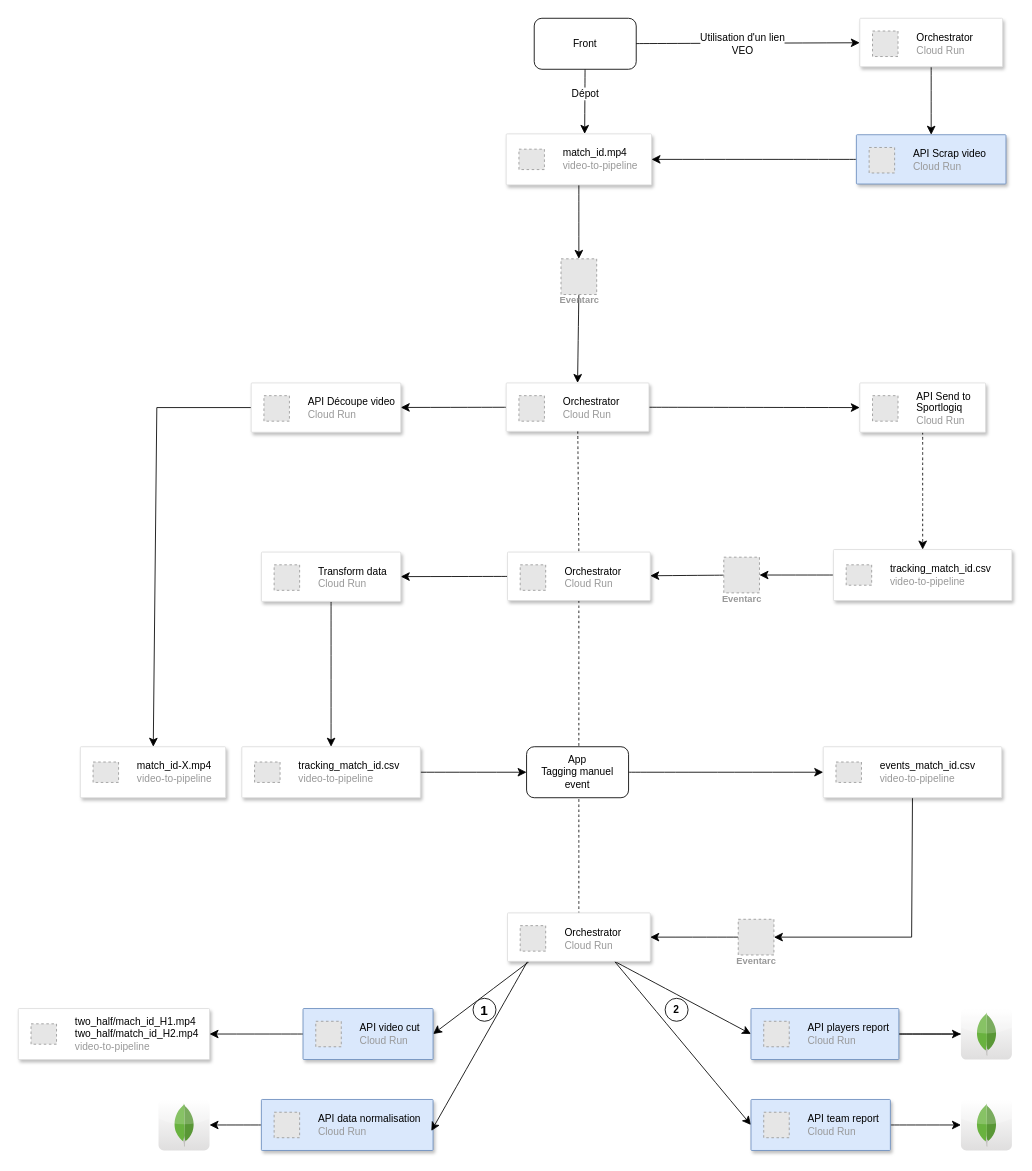
Before: page "Sportlogiq tracking" (2 of 3) of Untitled Diagram.drawio in clairesecehDS/logo, a draw.io diagram. Source tidied: cells renumbered, new cells numbered last; positions are measured from the earlier drawing's top-left corner, leaving out a move shared by most shapes. Both pictures are drawn from the tidied source at 85%, with x=0, y=0 at pixel (18, 18). Pictures stored in the file or linked from it are replaced by grey dashed boxes.
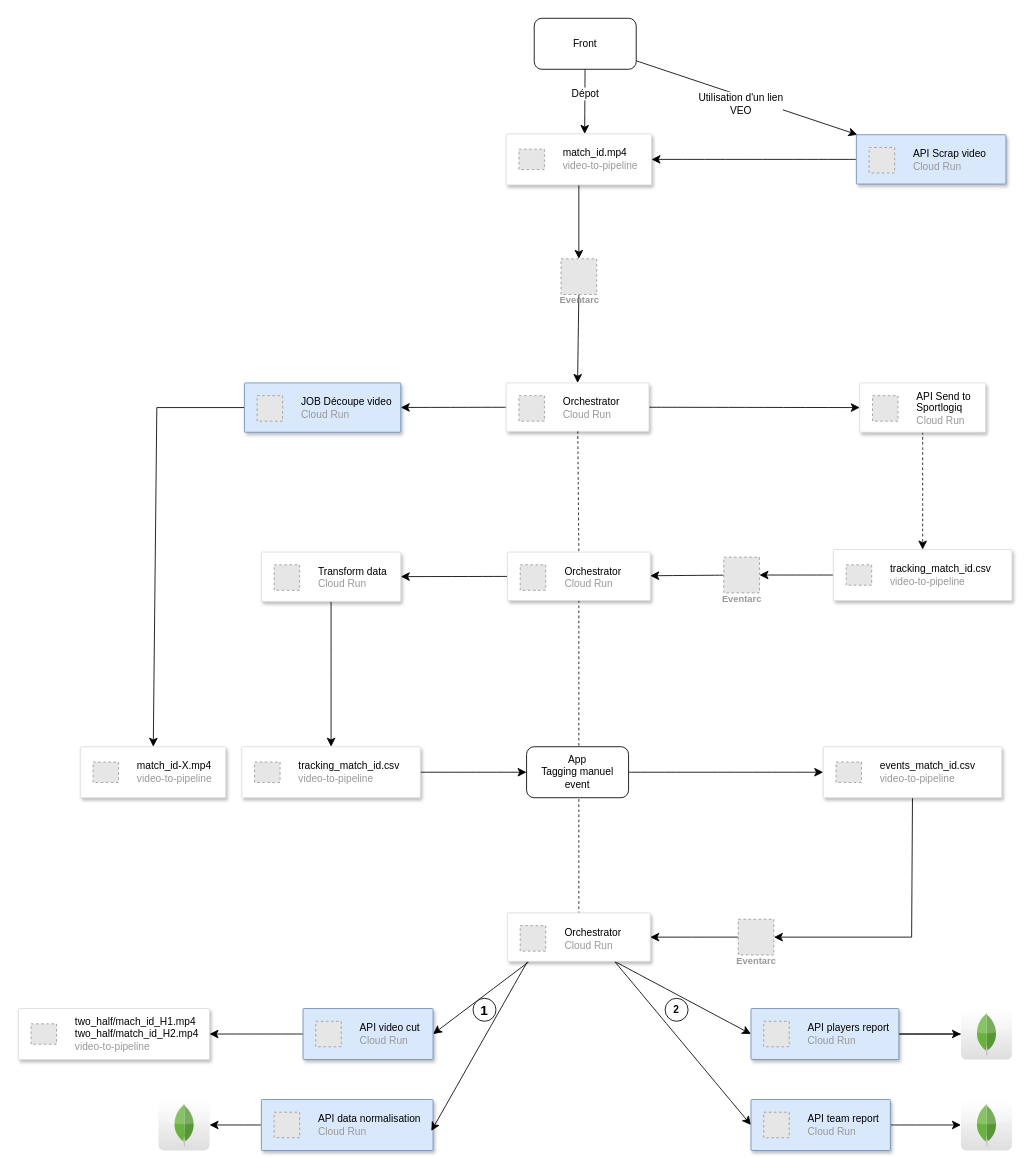
Above is the later version.

The change refers to these unchanged cells:
```xml
<mxCell id="4" value="Front" style="rounded=1;whiteSpace=wrap;html=1;" parent="1" vertex="1">
  <mxGeometry x="607" width="120" height="60" as="geometry" />
</mxCell>
<mxCell id="72" style="strokeColor=#6c8ebf;shadow=1;strokeWidth=1;rounded=1;absoluteArcSize=1;arcSize=2;fillColor=#dae8fc;" parent="1" vertex="1">
  <mxGeometry x="986" y="137" width="176" height="58" as="geometry" />
</mxCell>
```

What changed in the source:
```diff
@@
-    <mxCell id="66" style="edgeStyle=none;curved=1;rounded=0;jettySize=auto;html=1;fontSize=12;startSize=8;endSize=8;" parent="1" edge="1" source="4" target="69">
+    <mxCell id="66" style="edgeStyle=none;curved=1;rounded=0;jettySize=auto;html=1;fontSize=12;startSize=8;endSize=8;" parent="1" edge="1" source="4" target="72">
       <mxGeometry relative="1" as="geometry" />
     </mxCell>
@@
-    <mxCell id="68" style="edgeStyle=none;curved=1;rounded=0;jettySize=auto;html=1;entryX=0.5;entryY=0;entryDx=0;entryDy=0;fontSize=12;startSize=8;endSize=8;" parent="1" edge="1" source="69" target="72">
-      <mxGeometry relative="1" as="geometry" />
-    </mxCell>
-    <mxCell id="69" style="strokeColor=#dddddd;shadow=1;strokeWidth=1;rounded=1;absoluteArcSize=1;arcSize=2;" parent="1" vertex="1">
-      <mxGeometry x="990" width="168" height="57" as="geometry" />
-    </mxCell>
-    <mxCell id="70" value="&lt;font color=&quot;#000000&quot;&gt;Orchestrator&lt;/font&gt;&lt;br&gt;Cloud Run" style="fillColor=#E6E6E6;strokeColor=#999999;dashed=1;html=1;fontColor=#999999;verticalLabelPosition=middle;verticalAlign=middle;labelPosition=right;align=left;spacingLeft=20;" parent="69" vertex="1">
-      <mxGeometry width="30" height="30" relative="1" as="geometry">
-        <mxPoint x="15" y="15" as="offset" />
-      </mxGeometry>
-    </mxCell>
@@
-    <mxCell id="75" style="strokeColor=#dddddd;shadow=1;strokeWidth=1;rounded=1;absoluteArcSize=1;arcSize=2;" parent="1" vertex="1">
-      <mxGeometry x="274" y="429" width="176" height="58" as="geometry" />
+    <mxCell id="75" style="strokeColor=#6c8ebf;shadow=1;strokeWidth=1;rounded=1;absoluteArcSize=1;arcSize=2;fillColor=#dae8fc;" parent="1" vertex="1">
+      <mxGeometry x="266" y="429" width="184" height="58" as="geometry" />
     </mxCell>
-    <mxCell id="76" value="&lt;div&gt;&lt;font color=&quot;#000000&quot;&gt;API Découpe video&lt;br&gt;&lt;/font&gt;&lt;/div&gt;&lt;div&gt;Cloud Run&lt;/div&gt;" style="fillColor=#E6E6E6;strokeColor=#999999;dashed=1;html=1;fontColor=#999999;verticalLabelPosition=middle;verticalAlign=middle;labelPosition=right;align=left;spacingLeft=20;" parent="75" vertex="1">
+    <mxCell id="76" value="&lt;div&gt;&lt;font color=&quot;#000000&quot;&gt;JOB Découpe video&lt;br&gt;&lt;/font&gt;&lt;/div&gt;&lt;div&gt;Cloud Run&lt;/div&gt;" style="fillColor=#E6E6E6;strokeColor=#999999;dashed=1;html=1;fontColor=#999999;verticalLabelPosition=middle;verticalAlign=middle;labelPosition=right;align=left;spacingLeft=20;" parent="75" vertex="1">
       <mxGeometry width="30" height="30" relative="1" as="geometry">
         <mxPoint x="15" y="15" as="offset" />
       </mxGeometry>
     </mxCell>
```
